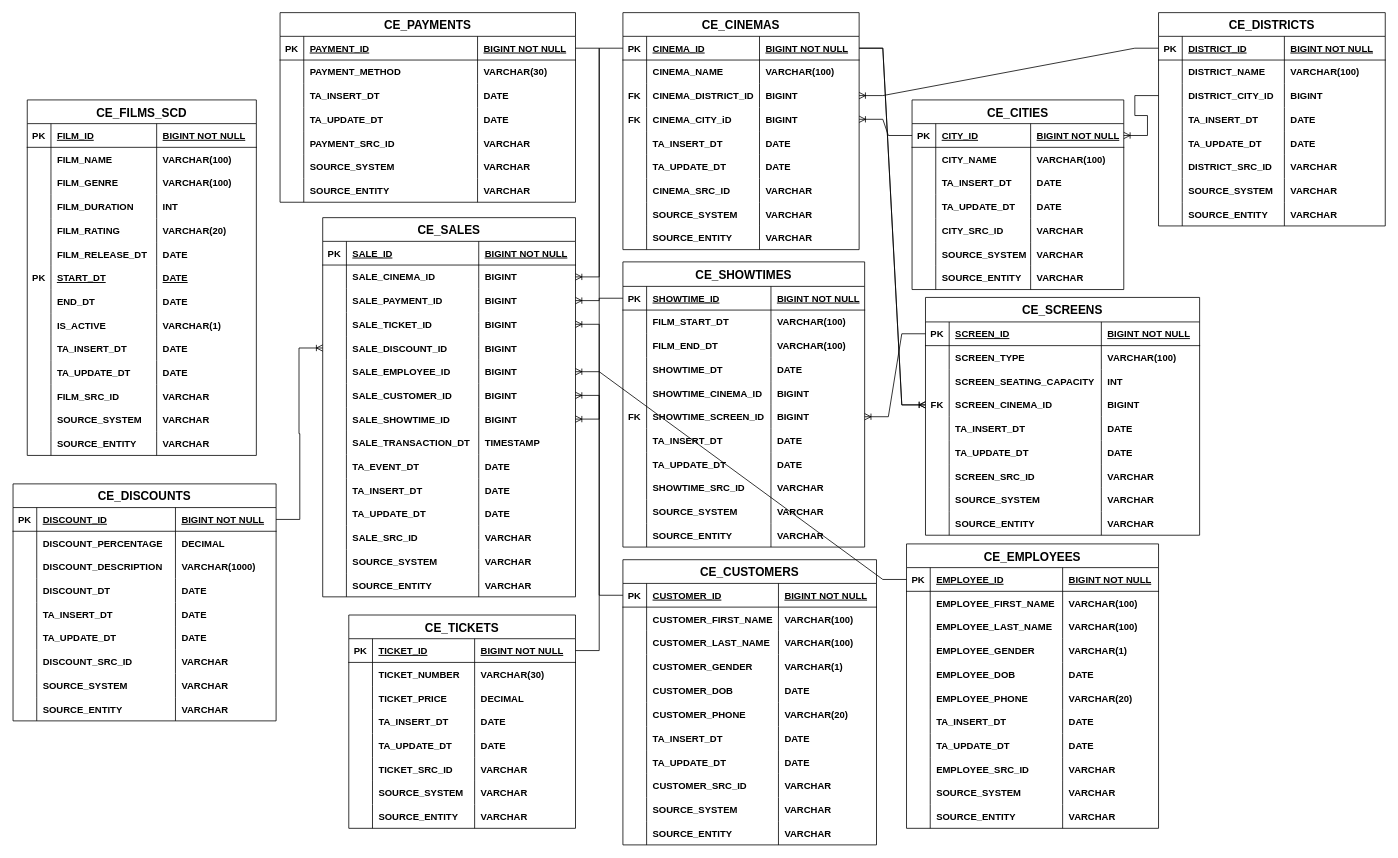
Earlier version of the draw.io diagram ticket_sales_3NF.drawio (GiorgiEz/DB-modeling). Source tidied: cells renumbered, new cells numbered last; positions are measured from the earlier drawing's top-left corner, leaving out a move shared by most shapes. Both pictures are drawn from the tidied source at 79%, with x=0, y=0 at pixel (13, -16).
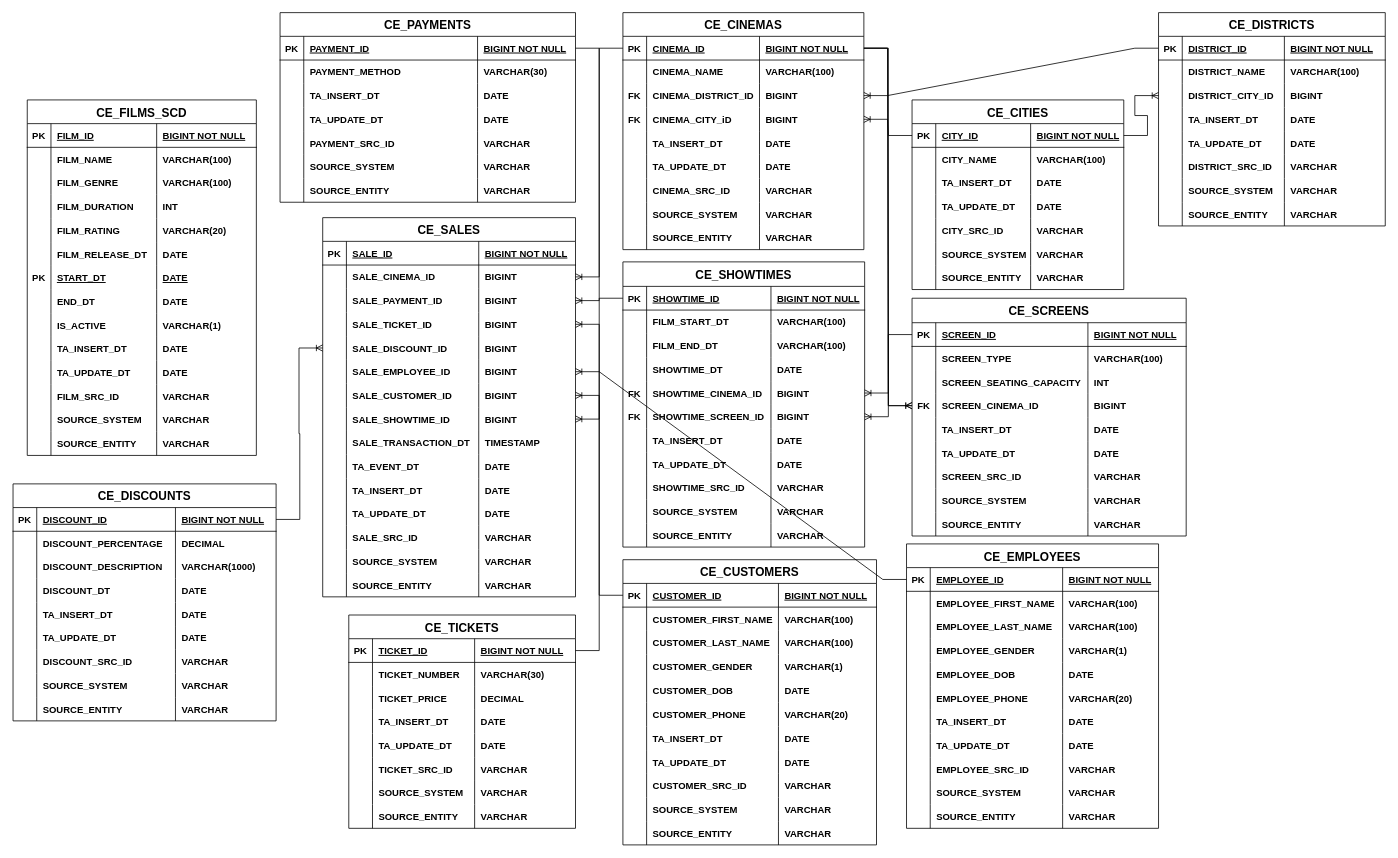
The same page after the edit.

The change refers to these unchanged cells:
```xml
<mxCell id="391" style="shape=partialRectangle;fillColor=none;points=[[0,0.5],[1,0.5]];portConstraint=eastwest;top=0;left=0;right=0;bottom=1;" parent="390" vertex="1">
  <mxGeometry y="30" width="268" height="30" as="geometry" />
</mxCell>
<mxCell id="429" style="shape=partialRectangle;fillColor=none;points=[[0,0.5],[1,0.5]];portConstraint=eastwest;top=0;left=0;right=0;bottom=0;" parent="420" vertex="1">
  <mxGeometry y="90" width="287" height="30" as="geometry" />
</mxCell>
<mxCell id="471" style="shape=partialRectangle;fillColor=none;points=[[0,0.5],[1,0.5]];portConstraint=eastwest;top=0;left=0;right=0;bottom=0;" parent="454" vertex="1">
  <mxGeometry y="151" width="306" height="30" as="geometry" />
</mxCell>
```

What changed in the source:
```diff
@@
     <mxCell id="59" value="CE_CINEMAS" style="shape=table;startSize=30;childLayout=tableLayout;rowLines=0;fontStyle=1;align=center;fontSize=15;" parent="1" vertex="1">
-      <mxGeometry x="772" y="35.5" width="299" height="300" as="geometry" />
+      <mxGeometry x="772" y="35.5" width="305" height="300" as="geometry" />
     </mxCell>
     <mxCell id="60" style="shape=partialRectangle;fillColor=none;points=[[0,0.5],[1,0.5]];portConstraint=eastwest;top=0;left=0;right=0;bottom=1;" parent="59" vertex="1">
-      <mxGeometry y="30" width="299" height="30" as="geometry" />
+      <mxGeometry y="30" width="305" height="30" as="geometry" />
     </mxCell>
@@
     <mxCell id="63" value="BIGINT NOT NULL" style="shape=partialRectangle;overflow=hidden;fillColor=none;top=0;left=0;bottom=0;right=0;align=left;spacingLeft=6;fontStyle=5;" parent="60" vertex="1">
-      <mxGeometry x="172.9" width="126.1" height="30" as="geometry" />
+      <mxGeometry x="172.9" width="132.1" height="30" as="geometry" />
     </mxCell>
     <mxCell id="64" style="shape=partialRectangle;fillColor=none;top=0;left=0;right=0;bottom=0;" parent="59" vertex="1">
-      <mxGeometry y="60" width="299" height="30" as="geometry" />
+      <mxGeometry y="60" width="305" height="30" as="geometry" />
     </mxCell>
@@
     <mxCell id="67" value="VARCHAR(100)" style="shape=partialRectangle;overflow=hidden;fillColor=none;top=0;left=0;bottom=0;right=0;align=left;spacingLeft=6;fontStyle=1;" parent="64" vertex="1">
-      <mxGeometry x="172.9" width="126.1" height="30" as="geometry" />
+      <mxGeometry x="172.9" width="132.1" height="30" as="geometry" />
     </mxCell>
     <mxCell id="68" style="shape=partialRectangle;fillColor=none;points=[[0,0.5],[1,0.5]];portConstraint=eastwest;top=0;left=0;right=0;bottom=0;" parent="59" vertex="1">
-      <mxGeometry y="90" width="299" height="30" as="geometry" />
+      <mxGeometry y="90" width="305" height="30" as="geometry" />
     </mxCell>
@@
     <mxCell id="71" value="BIGINT" style="shape=partialRectangle;overflow=hidden;fillColor=none;top=0;left=0;bottom=0;right=0;align=left;spacingLeft=6;fontStyle=1;" parent="68" vertex="1">
-      <mxGeometry x="172.9" width="126.1" height="30" as="geometry" />
+      <mxGeometry x="172.9" width="132.1" height="30" as="geometry" />
     </mxCell>
     <mxCell id="72" style="shape=partialRectangle;fillColor=none;points=[[0,0.5],[1,0.5]];portConstraint=eastwest;top=0;left=0;right=0;bottom=0;" parent="59" vertex="1">
-      <mxGeometry y="120" width="299" height="30" as="geometry" />
+      <mxGeometry y="120" width="305" height="30" as="geometry" />
     </mxCell>
@@
     <mxCell id="75" value="BIGINT" style="shape=partialRectangle;overflow=hidden;fillColor=none;top=0;left=0;bottom=0;right=0;align=left;spacingLeft=6;fontStyle=1;" parent="72" vertex="1">
-      <mxGeometry x="172.9" width="126.1" height="30" as="geometry" />
+      <mxGeometry x="172.9" width="132.1" height="30" as="geometry" />
     </mxCell>
     <mxCell id="76" style="shape=partialRectangle;fillColor=none;top=0;left=0;right=0;bottom=0;" parent="59" vertex="1">
-      <mxGeometry y="150" width="299" height="30" as="geometry" />
+      <mxGeometry y="150" width="305" height="30" as="geometry" />
     </mxCell>
@@
     <mxCell id="79" value="DATE" style="shape=partialRectangle;overflow=hidden;fillColor=none;top=0;left=0;bottom=0;right=0;align=left;spacingLeft=6;fontStyle=1;" parent="76" vertex="1">
-      <mxGeometry x="172.9" width="126.1" height="30" as="geometry" />
+      <mxGeometry x="172.9" width="132.1" height="30" as="geometry" />
     </mxCell>
     <mxCell id="80" style="shape=partialRectangle;fillColor=none;top=0;left=0;right=0;bottom=0;" parent="59" vertex="1">
-      <mxGeometry y="180" width="299" height="30" as="geometry" />
+      <mxGeometry y="180" width="305" height="30" as="geometry" />
     </mxCell>
@@
     <mxCell id="83" value="DATE" style="shape=partialRectangle;overflow=hidden;fillColor=none;top=0;left=0;bottom=0;right=0;align=left;spacingLeft=6;fontStyle=1;" parent="80" vertex="1">
-      <mxGeometry x="172.9" width="126.1" height="30" as="geometry" />
+      <mxGeometry x="172.9" width="132.1" height="30" as="geometry" />
     </mxCell>
     <mxCell id="84" style="shape=partialRectangle;fillColor=none;top=0;left=0;right=0;bottom=0;fontStyle=1;" parent="59" vertex="1">
-      <mxGeometry y="210" width="299" height="30" as="geometry" />
+      <mxGeometry y="210" width="305" height="30" as="geometry" />
     </mxCell>
@@
     <mxCell id="87" value="VARCHAR" style="shape=partialRectangle;overflow=hidden;fillColor=none;top=0;left=0;bottom=0;right=0;align=left;spacingLeft=6;fontStyle=1;" parent="84" vertex="1">
-      <mxGeometry x="172.9" width="126.1" height="30" as="geometry" />
+      <mxGeometry x="172.9" width="132.1" height="30" as="geometry" />
     </mxCell>
     <mxCell id="88" style="shape=partialRectangle;fillColor=none;top=0;left=0;right=0;bottom=0;" parent="59" vertex="1">
-      <mxGeometry y="240" width="299" height="30" as="geometry" />
+      <mxGeometry y="240" width="305" height="30" as="geometry" />
     </mxCell>
@@
     <mxCell id="91" value="VARCHAR" style="shape=partialRectangle;overflow=hidden;fillColor=none;top=0;left=0;bottom=0;right=0;align=left;spacingLeft=6;fontStyle=1;" parent="88" vertex="1">
-      <mxGeometry x="172.9" width="126.1" height="30" as="geometry" />
+      <mxGeometry x="172.9" width="132.1" height="30" as="geometry" />
     </mxCell>
     <mxCell id="92" style="shape=partialRectangle;fillColor=none;top=0;left=0;right=0;bottom=0;" parent="59" vertex="1">
-      <mxGeometry y="270" width="299" height="30" as="geometry" />
+      <mxGeometry y="270" width="305" height="30" as="geometry" />
     </mxCell>
@@
     <mxCell id="95" value="VARCHAR" style="shape=partialRectangle;overflow=hidden;fillColor=none;top=0;left=0;bottom=0;right=0;align=left;spacingLeft=6;fontStyle=1;" parent="92" vertex="1">
-      <mxGeometry x="172.9" width="126.1" height="30" as="geometry" />
+      <mxGeometry x="172.9" width="132.1" height="30" as="geometry" />
     </mxCell>
     <mxCell id="96" value="CE_SCREENS" style="shape=table;startSize=31;childLayout=tableLayout;rowLines=0;fontStyle=1;align=center;fontSize=15;" parent="1" vertex="1">
-      <mxGeometry x="1155" y="396" width="347" height="301" as="geometry" />
+      <mxGeometry x="1138" y="397" width="347" height="301" as="geometry" />
     </mxCell>
@@
-    <mxCell id="453" style="edgeStyle=entityRelationEdgeStyle;fontSize=12;html=1;endArrow=ERoneToMany;rounded=0;exitX=0;exitY=0.5;exitDx=0;exitDy=0;entryX=1;entryY=0.5;entryDx=0;entryDy=0;" parent="1" edge="1" source="429" target="391">
+    <mxCell id="453" style="edgeStyle=entityRelationEdgeStyle;fontSize=12;html=1;endArrow=ERoneToMany;rounded=0;exitX=1;exitY=0.5;exitDx=0;exitDy=0;entryX=0;entryY=0.5;entryDx=0;entryDy=0;" parent="1" edge="1" source="391" target="429">
       <mxGeometry relative="1" as="geometry">
         <Array as="points">
           <mxPoint x="214" y="480" />
           <mxPoint x="278" y="511" />
+          <mxPoint x="1458" y="347" />
           <mxPoint x="278" y="515" />
           <mxPoint x="193" y="488" />
           <mxPoint x="192" y="485" />
         </Array>
       </mxGeometry>
     </mxCell>
@@
-    <mxCell id="472" style="shape=partialRectangle;overflow=hidden;fillColor=none;top=0;left=0;bottom=0;right=0;" parent="471" vertex="1">
+    <mxCell id="472" value="FK" style="shape=partialRectangle;overflow=hidden;fillColor=none;top=0;left=0;bottom=0;right=0;fontStyle=1;" parent="471" vertex="1">
       <mxGeometry width="30" height="30" as="geometry" />
     </mxCell>
@@
+    <mxCell id="503" style="edgeStyle=entityRelationEdgeStyle;fontSize=12;html=1;endArrow=ERoneToMany;rounded=0;exitX=1;exitY=0.5;exitDx=0;exitDy=0;" parent="1" edge="1" source="60" target="471">
+      <mxGeometry relative="1" as="geometry">
+        <Array as="points">
+          <mxPoint x="224" y="490" />
+          <mxPoint x="763" y="273" />
+          <mxPoint x="797" y="274" />
+          <mxPoint x="288" y="521" />
+          <mxPoint x="1109" y="257" />
+          <mxPoint x="288" y="525" />
+          <mxPoint x="1089" y="214" />
+          <mxPoint x="203" y="498" />
+          <mxPoint x="202" y="495" />
+        </Array>
+      </mxGeometry>
+    </mxCell>
```
